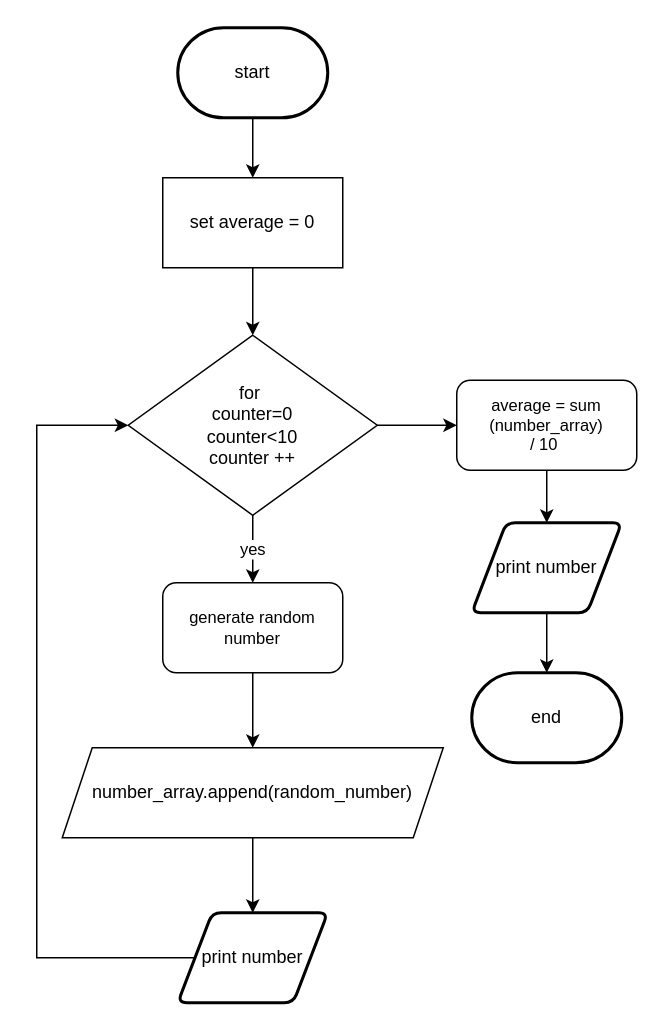
Earlier version of the draw.io diagram flow.drawio (devin-jhu/ICS3U-Unit6-02-Python). Source tidied: cells renumbered, new cells numbered last; positions are measured from the earlier drawing's top-left corner, leaving out a move shared by most shapes. Both pictures are drawn from the tidied source at 150%, with x=0, y=0 at pixel (36, 27).
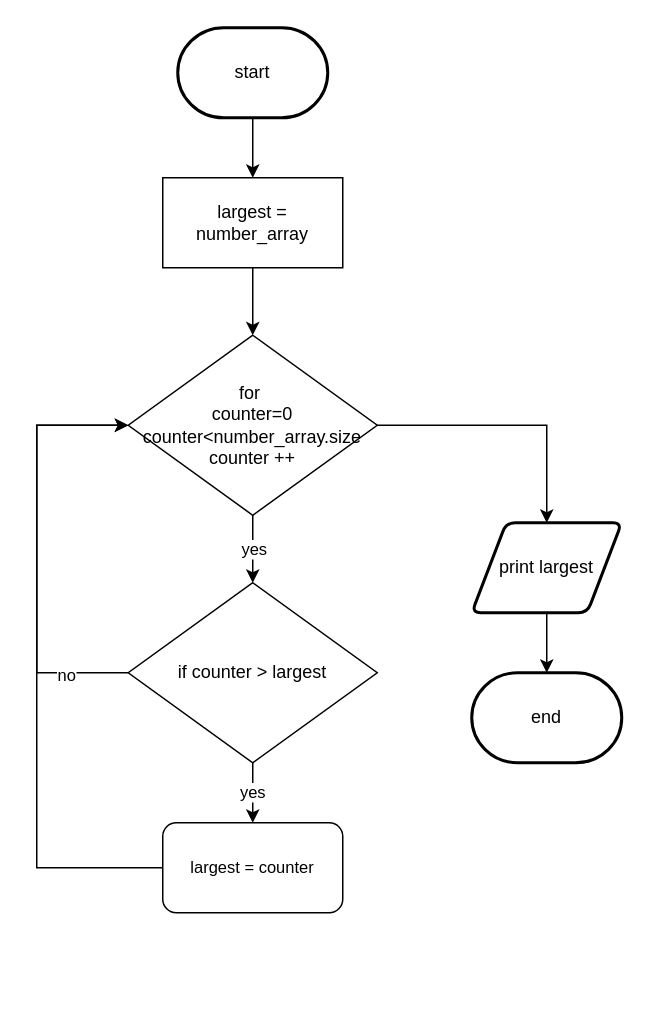
The same page after the edit.

Diff of the diagram source:
```diff
@@
-    <mxCell id="2" style="edgeStyle=orthogonalEdgeStyle;shape=connector;rounded=0;html=1;exitX=0;exitY=0.5;exitDx=0;exitDy=0;entryX=0;entryY=0.5;entryDx=0;entryDy=0;labelBackgroundColor=default;fontFamily=Helvetica;fontSize=11;fontColor=default;endArrow=classic;strokeColor=default;" parent="1" edge="1" source="3" target="7">
-      <mxGeometry relative="1" as="geometry">
-        <Array as="points">
-          <mxPoint y="620" />
-          <mxPoint y="265" />
-        </Array>
-      </mxGeometry>
-    </mxCell>
-    <mxCell id="3" value="print number" style="shape=parallelogram;html=1;strokeWidth=2;perimeter=parallelogramPerimeter;whiteSpace=wrap;rounded=1;arcSize=12;size=0.23;" parent="1" vertex="1">
-      <mxGeometry x="94" y="590" width="100" height="60" as="geometry" />
-    </mxCell>
@@
-    <mxCell id="5" value="yes" style="edgeStyle=orthogonalEdgeStyle;shape=connector;rounded=0;html=1;exitX=0.5;exitY=1;exitDx=0;exitDy=0;entryX=0.5;entryY=0;entryDx=0;entryDy=0;labelBackgroundColor=default;fontFamily=Helvetica;fontSize=11;fontColor=default;endArrow=classic;strokeColor=default;" parent="1" edge="1" source="7" target="11">
-      <mxGeometry relative="1" as="geometry" />
+    <mxCell id="5" value="yes" style="edgeStyle=orthogonalEdgeStyle;shape=connector;rounded=0;html=1;exitX=0.5;exitY=1;exitDx=0;exitDy=0;entryX=0.5;entryY=0;entryDx=0;entryDy=0;labelBackgroundColor=default;fontFamily=Helvetica;fontSize=11;fontColor=default;endArrow=classic;strokeColor=default;" parent="1" edge="1" source="7">
+      <mxGeometry relative="1" as="geometry">
+        <mxPoint x="144" y="370" as="targetPoint" />
+      </mxGeometry>
     </mxCell>
-    <mxCell id="6" style="edgeStyle=orthogonalEdgeStyle;shape=connector;rounded=0;html=1;exitX=1;exitY=0.5;exitDx=0;exitDy=0;entryX=0;entryY=0.5;entryDx=0;entryDy=0;labelBackgroundColor=default;fontFamily=Helvetica;fontSize=11;fontColor=default;endArrow=classic;strokeColor=default;" parent="1" edge="1" source="7" target="17">
-      <mxGeometry relative="1" as="geometry" />
-    </mxCell>
+    <mxCell id="20" style="edgeStyle=orthogonalEdgeStyle;shape=connector;rounded=0;html=1;exitX=1;exitY=0.5;exitDx=0;exitDy=0;entryX=0.5;entryY=0;entryDx=0;entryDy=0;labelBackgroundColor=default;fontFamily=Helvetica;fontSize=11;fontColor=default;endArrow=classic;strokeColor=default;" parent="1" edge="1" source="7" target="19">
+      <mxGeometry relative="1" as="geometry" />
+    </mxCell>
-    <mxCell id="7" value="for&amp;nbsp;&lt;br&gt;counter=0&lt;br&gt;counter&amp;lt;10&lt;br&gt;counter ++" style="rhombus;whiteSpace=wrap;html=1;" parent="1" vertex="1">
+    <mxCell id="7" value="for&amp;nbsp;&lt;br&gt;counter=0&lt;br&gt;counter&amp;lt;number_array.size&lt;br&gt;counter ++" style="rhombus;whiteSpace=wrap;html=1;" parent="1" vertex="1">
       <mxGeometry x="61" y="205" width="166" height="120" as="geometry" />
     </mxCell>
-    <mxCell id="8" style="edgeStyle=orthogonalEdgeStyle;shape=connector;rounded=0;html=1;exitX=0.5;exitY=1;exitDx=0;exitDy=0;entryX=0.5;entryY=0;entryDx=0;entryDy=0;labelBackgroundColor=default;fontFamily=Helvetica;fontSize=11;fontColor=default;endArrow=classic;strokeColor=default;" parent="1" edge="1" source="9" target="3">
-      <mxGeometry relative="1" as="geometry" />
-    </mxCell>
-    <mxCell id="9" value="number_array.append(random_number)" style="shape=parallelogram;perimeter=parallelogramPerimeter;whiteSpace=wrap;html=1;fixedSize=1;" parent="1" vertex="1">
-      <mxGeometry x="17" y="480" width="254" height="60" as="geometry" />
-    </mxCell>
-    <mxCell id="10" style="edgeStyle=orthogonalEdgeStyle;shape=connector;rounded=0;html=1;exitX=0.5;exitY=1;exitDx=0;exitDy=0;labelBackgroundColor=default;fontFamily=Helvetica;fontSize=11;fontColor=default;endArrow=classic;strokeColor=default;" parent="1" edge="1" source="11" target="9">
-      <mxGeometry relative="1" as="geometry" />
-    </mxCell>
-    <mxCell id="11" value="generate random number" style="rounded=1;whiteSpace=wrap;html=1;fontFamily=Helvetica;fontSize=11;fontColor=default;" parent="1" vertex="1">
-      <mxGeometry x="84" y="370" width="120" height="60" as="geometry" />
-    </mxCell>
@@
-    <mxCell id="15" value="set average = 0" style="rounded=0;whiteSpace=wrap;html=1;" parent="1" vertex="1">
+    <mxCell id="15" value="largest = number_array" style="rounded=0;whiteSpace=wrap;html=1;" parent="1" vertex="1">
       <mxGeometry x="84" y="100" width="120" height="60" as="geometry" />
     </mxCell>
-    <mxCell id="16" style="edgeStyle=orthogonalEdgeStyle;shape=connector;rounded=0;html=1;exitX=0.5;exitY=1;exitDx=0;exitDy=0;entryX=0.5;entryY=0;entryDx=0;entryDy=0;labelBackgroundColor=default;fontFamily=Helvetica;fontSize=11;fontColor=default;endArrow=classic;strokeColor=default;" parent="1" edge="1" source="17" target="19">
-      <mxGeometry relative="1" as="geometry" />
-    </mxCell>
-    <mxCell id="17" value="average = sum (number_array)&lt;br&gt;/ 10&amp;nbsp;" style="rounded=1;whiteSpace=wrap;html=1;fontFamily=Helvetica;fontSize=11;fontColor=default;" parent="1" vertex="1">
-      <mxGeometry x="280" y="235" width="120" height="60" as="geometry" />
-    </mxCell>
@@
-    <mxCell id="19" value="print number" style="shape=parallelogram;html=1;strokeWidth=2;perimeter=parallelogramPerimeter;whiteSpace=wrap;rounded=1;arcSize=12;size=0.23;" parent="1" vertex="1">
+    <mxCell id="19" value="print largest" style="shape=parallelogram;html=1;strokeWidth=2;perimeter=parallelogramPerimeter;whiteSpace=wrap;rounded=1;arcSize=12;size=0.23;" parent="1" vertex="1">
       <mxGeometry x="290" y="330" width="100" height="60" as="geometry" />
     </mxCell>
+    <mxCell id="21" style="edgeStyle=orthogonalEdgeStyle;shape=connector;rounded=0;html=1;exitX=0;exitY=0.5;exitDx=0;exitDy=0;entryX=0;entryY=0.5;entryDx=0;entryDy=0;labelBackgroundColor=default;fontFamily=Helvetica;fontSize=11;fontColor=default;endArrow=classic;strokeColor=default;" parent="1" edge="1" source="24" target="7">
+      <mxGeometry relative="1" as="geometry">
+        <Array as="points">
+          <mxPoint y="430" />
+          <mxPoint y="265" />
+        </Array>
+      </mxGeometry>
+    </mxCell>
+    <mxCell id="22" value="no" style="edgeLabel;html=1;align=center;verticalAlign=middle;fontSize=11;fontFamily=Helvetica;fontColor=default;" parent="21" vertex="1">
+      <mxGeometry x="-0.71" y="1" relative="1" as="geometry" />
+    </mxCell>
+    <mxCell id="23" value="yes" style="edgeStyle=orthogonalEdgeStyle;shape=connector;rounded=0;html=1;exitX=0.5;exitY=1;exitDx=0;exitDy=0;labelBackgroundColor=default;fontFamily=Helvetica;fontSize=11;fontColor=default;endArrow=classic;strokeColor=default;" parent="1" edge="1" source="24" target="26">
+      <mxGeometry relative="1" as="geometry" />
+    </mxCell>
+    <mxCell id="24" value="if counter &amp;gt; largest" style="rhombus;whiteSpace=wrap;html=1;" parent="1" vertex="1">
+      <mxGeometry x="61" y="370" width="166" height="120" as="geometry" />
+    </mxCell>
+    <mxCell id="25" style="edgeStyle=orthogonalEdgeStyle;shape=connector;rounded=0;html=1;exitX=0;exitY=0.5;exitDx=0;exitDy=0;entryX=0;entryY=0.5;entryDx=0;entryDy=0;labelBackgroundColor=default;fontFamily=Helvetica;fontSize=11;fontColor=default;endArrow=classic;strokeColor=default;" parent="1" edge="1" source="26" target="7">
+      <mxGeometry relative="1" as="geometry">
+        <Array as="points">
+          <mxPoint y="560" />
+          <mxPoint y="265" />
+        </Array>
+      </mxGeometry>
+    </mxCell>
+    <mxCell id="26" value="largest = counter" style="rounded=1;whiteSpace=wrap;html=1;fontFamily=Helvetica;fontSize=11;fontColor=default;" parent="1" vertex="1">
+      <mxGeometry x="84" y="530" width="120" height="60" as="geometry" />
+    </mxCell>
```
